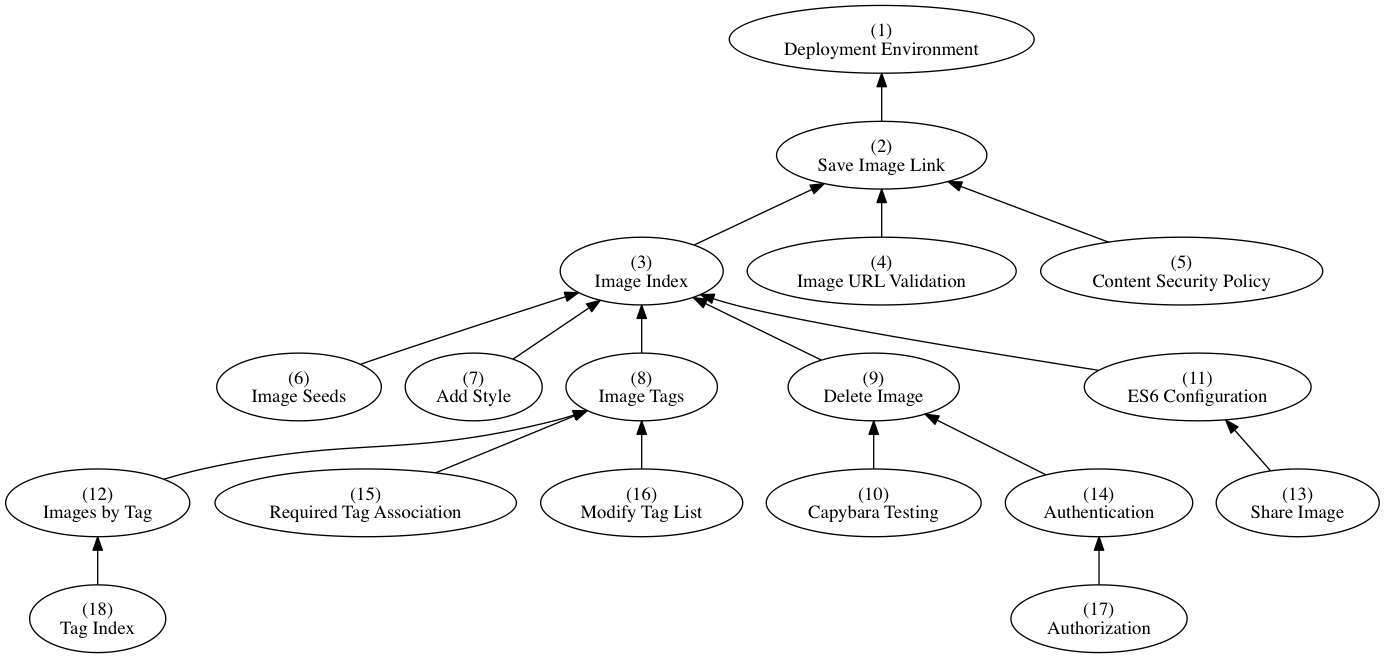
Before: dependencies.png, a diagram exported from Graphviz (AppFolioOnboarding/tasks). Its source is kept beside it as dependencies.dot. Source of this version:
```dot
digraph Dependencies {
  rankdir=BT;

  "Deployment Environment" [label="(1)\nDeployment Environment"]
  "Save Image Link" [label="(2)\nSave Image Link"]
  "Image Index" [label="(3)\nImage Index"]
  "Image URL Validation" [label="(4)\nImage URL Validation"]
  "Content Security Policy" [label="(5)\nContent Security Policy"]
  "Image Seeds" [label="(6)\nImage Seeds"]
  "Add Style" [label="(7)\nAdd Style"]
  "Image Tags" [label="(8)\nImage Tags"]
  "Delete Image" [label="(9)\nDelete Image"]
  "Capybara Testing" [label="(10)\nCapybara Testing"]
  "ES6 Configuration" [label="(11)\nES6 Configuration"]
  "Images by Tag" [label="(12)\nImages by Tag"]
  "Share Image" [label="(13)\nShare Image"]
  "Authentication" [label="(14)\nAuthentication"]
  "Required Tag Association" [label="(15)\nRequired Tag Association"]
  "Modify Tag List" [label="(16)\nModify Tag List"]
  "Authorization" [label="(17)\nAuthorization"]
  "Tag Index" [label="(18)\nTag Index"]

  "Add Style" -> "Image Index"
  "Authentication" -> "Delete Image"
  "Authorization" -> "Authentication"
  "Capybara Testing" -> "Delete Image"
  "Content Security Policy" -> "Save Image Link"
  "Delete Image" -> "Image Index"
  "ES6 Configuration" -> "Image Index"
  "Image Index" -> "Save Image Link"
  "Image Seeds" -> "Image Index"
  "Image Tags" -> "Image Index"
  "Image URL Validation" -> "Save Image Link"
  "Images by Tag" -> "Image Tags"
  "Modify Tag List" -> "Image Tags"
  "Required Tag Association" -> "Image Tags"
  "Save Image Link" -> "Deployment Environment"
  "Share Image" -> "ES6 Configuration"
  "Tag Index" -> "Images by Tag"
}
```
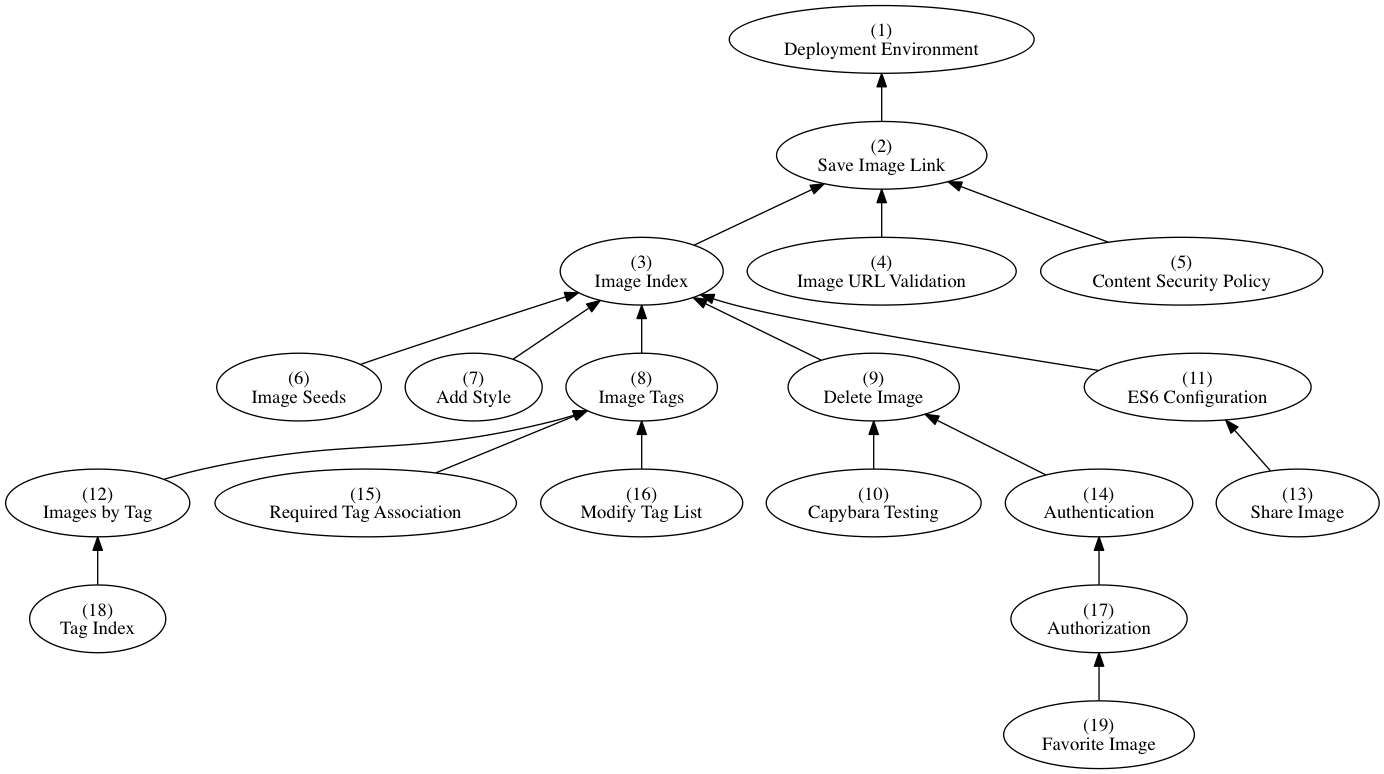
After the change.

Commit message:
Add Favorite Image task

The edit, as a diff of the source:
```diff
@@ -19,6 +19,7 @@
   "Modify Tag List" [label="(16)\nModify Tag List"]
   "Authorization" [label="(17)\nAuthorization"]
   "Tag Index" [label="(18)\nTag Index"]
+  "Favorite Image" [label="(19)\nFavorite Image"]
 
   "Add Style" -> "Image Index"
   "Authentication" -> "Delete Image"
@@ -27,6 +28,7 @@
   "Content Security Policy" -> "Save Image Link"
   "Delete Image" -> "Image Index"
   "ES6 Configuration" -> "Image Index"
+  "Favorite Image" -> "Authorization"
   "Image Index" -> "Save Image Link"
   "Image Seeds" -> "Image Index"
   "Image Tags" -> "Image Index"
```
